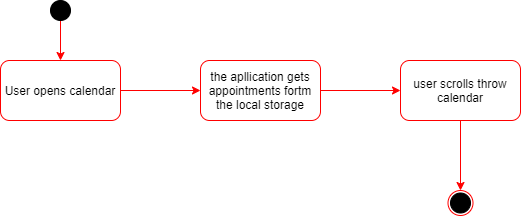
Above: docs/usecase1.png in PatrickFreyy/PlanIt (draw.io), before the change. Source tidied: cells renumbered, new cells last; positions are measured from the earlier drawing's top-left corner, leaving out a move shared by most shapes.
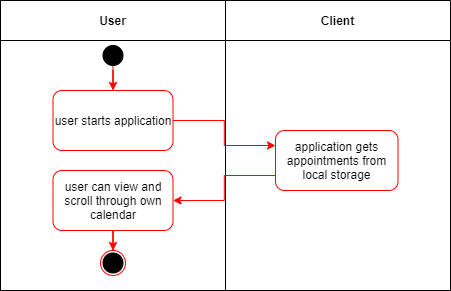
After the commit.

Commit message:
Updated activity diagram for use case 1

Change to the diagram source:
```diff
@@ -2,38 +2,50 @@
   <root>
     <mxCell id="0" />
     <mxCell id="1" parent="0" />
-    <mxCell id="2" style="edgeStyle=orthogonalEdgeStyle;rounded=0;jettySize=auto;html=1;strokeColor=#FF0000;" parent="1" edge="1" source="3" target="7">
-      <mxGeometry relative="1" as="geometry" />
-    </mxCell>
+    <mxCell id="13" style="shape=table;rowLines=0;columnLines=0;startSize=0;fillColor=none;" parent="1" vertex="1">
+      <mxGeometry x="100" y="-100" width="450" height="290" as="geometry" />
+    </mxCell>
+    <mxCell id="14" style="swimlane;horizontal=0;startSize=0;fillColor=#f5f5f5;fontColor=#333333;strokeColor=#666666;" parent="13" vertex="1">
+      <mxGeometry width="450" height="290" as="geometry" />
+    </mxCell>
+    <mxCell id="15" value="User" style="swimlane;startSize=40;" parent="14" vertex="1">
+      <mxGeometry width="225" height="290" as="geometry" />
+    </mxCell>
-    <mxCell id="3" value="User opens calendar" style="rounded=1;whiteSpace=wrap;html=1;strokeColor=#FF0000;" parent="1" vertex="1">
-      <mxGeometry y="60" width="120" height="60" as="geometry" />
+    <mxCell id="3" value="user starts application" style="rounded=1;whiteSpace=wrap;html=1;strokeColor=#FF0000;" parent="15" vertex="1">
+      <mxGeometry x="52.5" y="90" width="120" height="60" as="geometry" />
     </mxCell>
-    <mxCell id="4" style="edgeStyle=orthogonalEdgeStyle;rounded=0;jettySize=auto;html=1;strokeColor=#FF0000;" parent="1" edge="1" source="5" target="3">
+    <mxCell id="4" style="edgeStyle=orthogonalEdgeStyle;rounded=0;jettySize=auto;html=1;strokeColor=#FF0000;" parent="15" edge="1" source="5" target="3">
       <mxGeometry relative="1" as="geometry" />
     </mxCell>
-    <mxCell id="5" style="ellipse;whiteSpace=wrap;html=1;fillColor=#000000;" parent="1" vertex="1">
-      <mxGeometry x="50" width="20" height="20" as="geometry" />
+    <mxCell id="5" style="ellipse;whiteSpace=wrap;html=1;fillColor=#000000;" parent="15" vertex="1">
+      <mxGeometry x="102.5" y="45" width="20" height="20" as="geometry" />
     </mxCell>
-    <mxCell id="6" style="edgeStyle=orthogonalEdgeStyle;rounded=0;jettySize=auto;html=1;strokeColor=#FF0000;" parent="1" edge="1" source="7" target="9">
-      <mxGeometry relative="1" as="geometry" />
-    </mxCell>
-    <mxCell id="7" value="the apllication gets appointments fortm the local storage" style="rounded=1;whiteSpace=wrap;html=1;strokeColor=#FF0000;" parent="1" vertex="1">
-      <mxGeometry x="200" y="60" width="120" height="60" as="geometry" />
-    </mxCell>
-    <mxCell id="8" style="edgeStyle=orthogonalEdgeStyle;rounded=0;jettySize=auto;html=1;strokeColor=#FF0000;" parent="1" edge="1" source="9" target="10">
-      <mxGeometry relative="1" as="geometry" />
-    </mxCell>
-    <mxCell id="9" value="user scrolls throw calendar" style="rounded=1;whiteSpace=wrap;html=1;strokeColor=#FF0000;" parent="1" vertex="1">
-      <mxGeometry x="400" y="60" width="120" height="60" as="geometry" />
+    <mxCell id="9" value="user can view and scroll through own calendar" style="rounded=1;whiteSpace=wrap;html=1;strokeColor=#FF0000;" parent="15" vertex="1">
+      <mxGeometry x="52.5" y="170" width="120" height="60" as="geometry" />
     </mxCell>
-    <mxCell id="10" style="ellipse;whiteSpace=wrap;html=1;fillColor=#FFFFFF;strokeColor=#FF0000;" parent="1" vertex="1">
-      <mxGeometry x="447.5" y="190" width="25" height="25" as="geometry" />
+    <mxCell id="10" style="ellipse;whiteSpace=wrap;html=1;fillColor=#FFFFFF;strokeColor=#FF0000;" parent="15" vertex="1">
+      <mxGeometry x="100" y="250" width="25" height="25" as="geometry" />
     </mxCell>
-    <mxCell id="11" style="edgeStyle=orthogonalEdgeStyle;rounded=0;orthogonalLoop=1;jettySize=auto;html=1;exitX=0.5;exitY=1;exitDx=0;exitDy=0;" parent="1" edge="1" source="10" target="10">
+    <mxCell id="11" style="edgeStyle=orthogonalEdgeStyle;rounded=0;orthogonalLoop=1;jettySize=auto;html=1;exitX=0.5;exitY=1;exitDx=0;exitDy=0;" parent="15" edge="1" source="10" target="10">
       <mxGeometry relative="1" as="geometry" />
     </mxCell>
+    <mxCell id="8" style="edgeStyle=orthogonalEdgeStyle;rounded=0;jettySize=auto;html=1;strokeColor=#FF0000;" parent="15" edge="1" source="9" target="10">
+      <mxGeometry relative="1" as="geometry" />
+    </mxCell>
-    <mxCell id="12" style="ellipse;whiteSpace=wrap;html=1;strokeColor=#000000;fillColor=#000000;" parent="1" vertex="1">
-      <mxGeometry x="450" y="192.5" width="20" height="20" as="geometry" />
+    <mxCell id="12" style="ellipse;whiteSpace=wrap;html=1;strokeColor=#000000;fillColor=#000000;" parent="15" vertex="1">
+      <mxGeometry x="102.5" y="252.5" width="20" height="20" as="geometry" />
     </mxCell>
+    <mxCell id="16" value="Client" style="swimlane;startSize=40;" parent="14" vertex="1">
+      <mxGeometry x="225" width="225" height="290" as="geometry" />
+    </mxCell>
+    <mxCell id="7" value="application gets appointments from local storage" style="rounded=1;whiteSpace=wrap;html=1;strokeColor=#FF0000;" parent="16" vertex="1">
+      <mxGeometry x="50" y="130" width="122.5" height="60" as="geometry" />
+    </mxCell>
+    <mxCell id="2" style="edgeStyle=orthogonalEdgeStyle;rounded=0;jettySize=auto;html=1;entryX=0;entryY=0.25;entryDx=0;entryDy=0;strokeColor=#FF0000;" parent="14" edge="1" source="3" target="7">
+      <mxGeometry relative="1" as="geometry" />
+    </mxCell>
+    <mxCell id="6" style="edgeStyle=orthogonalEdgeStyle;rounded=0;jettySize=auto;html=1;entryX=1;entryY=0.5;entryDx=0;entryDy=0;exitX=0;exitY=0.75;exitDx=0;exitDy=0;strokeColor=#FF0000;" parent="14" edge="1" source="7" target="9">
+      <mxGeometry relative="1" as="geometry" />
+    </mxCell>
   </root>
 </mxGraphModel>
```
